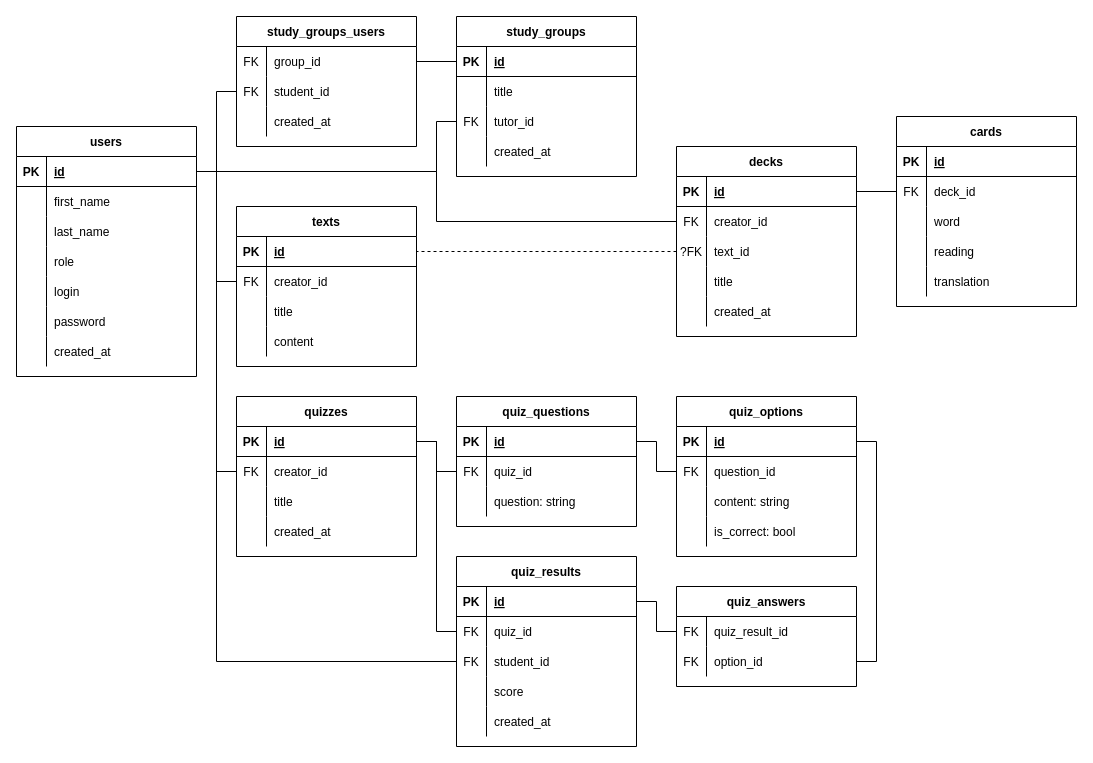
RullDeef/web-lab keeps this draw.io diagram as page "database" (5 of 5) of readme.drawio. Above is the earlier version. Source tidied: cells renumbered, new cells numbered last; positions are measured from the earlier drawing's top-left corner, leaving out a move shared by most shapes. Both pictures are drawn from the tidied source at 100%, with x=0, y=0 at pixel (16, 16).
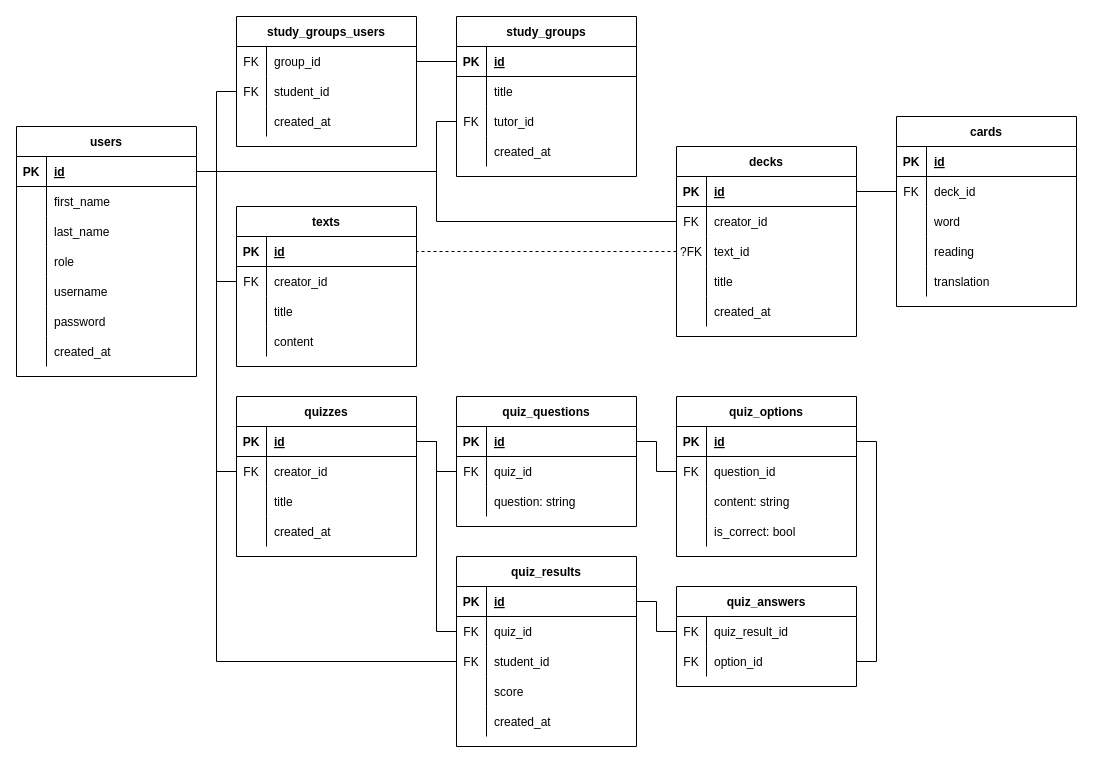
The same page after the edit.

The change refers to these unchanged cells:
```xml
<mxCell id="15" style="shape=tableRow;horizontal=0;startSize=0;swimlaneHead=0;swimlaneBody=0;fillColor=none;top=0;left=0;right=0;bottom=0;" parent="2" vertex="1">
  <mxGeometry y="150" width="180" height="30" as="geometry" />
</mxCell>
```

Change to the diagram source:
```diff
@@
-    <mxCell id="17" value="login" style="shape=partialRectangle;fillColor=none;top=0;left=0;bottom=0;right=0;align=left;spacingLeft=6;overflow=hidden;" parent="15" vertex="1">
+    <mxCell id="17" value="username" style="shape=partialRectangle;fillColor=none;top=0;left=0;bottom=0;right=0;align=left;spacingLeft=6;overflow=hidden;" parent="15" vertex="1">
       <mxGeometry x="30" width="150" height="30" as="geometry" />
     </mxCell>
```
